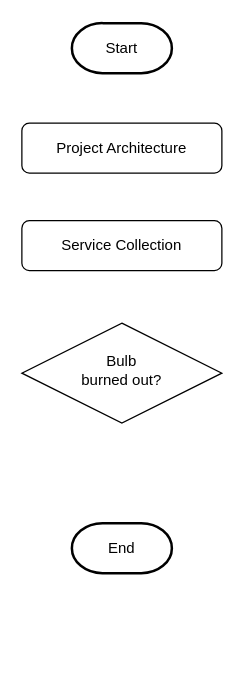
This is AWS-Setup-with-ServiceCatalog.drawio from wangpengming/drawio, a draw.io file, before an edit. Source tidied: cells renumbered, new cells numbered last; positions are measured from the earlier drawing's top-left corner, leaving out a move shared by most shapes. Both pictures are drawn from the tidied source at 125%, with x=0, y=0 at pixel (21, 22).
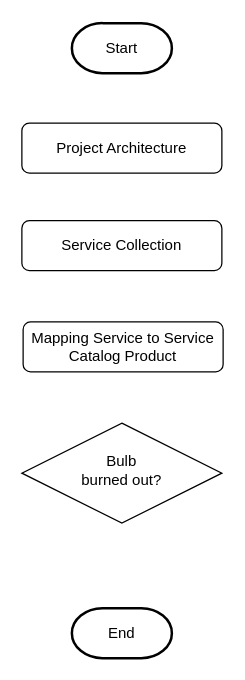
The same page after the edit.

Change to the diagram source:
```diff
@@
 <mxGraphModel>
   <root>
     <mxCell id="0" />
     <mxCell id="1" parent="0" />
     <mxCell id="2" value="Project Architecture" style="rounded=1;whiteSpace=wrap;html=1;fontSize=12;glass=0;strokeWidth=1;shadow=0;" parent="1" vertex="1">
       <mxGeometry y="80" width="160" height="40" as="geometry" />
     </mxCell>
     <mxCell id="3" value="Bulb&lt;br&gt;burned out?" style="rhombus;whiteSpace=wrap;html=1;shadow=0;fontFamily=Helvetica;fontSize=12;align=center;strokeWidth=1;spacing=6;spacingTop=-4;" parent="1" vertex="1">
-      <mxGeometry y="240" width="160" height="80" as="geometry" />
+      <mxGeometry y="320" width="160" height="80" as="geometry" />
     </mxCell>
     <mxCell id="4" value="Start" style="strokeWidth=2;html=1;shape=mxgraph.flowchart.terminator;whiteSpace=wrap;" parent="1" vertex="1">
       <mxGeometry x="40" width="80" height="40" as="geometry" />
     </mxCell>
     <mxCell id="5" value="End" style="strokeWidth=2;html=1;shape=mxgraph.flowchart.terminator;whiteSpace=wrap;" parent="1" vertex="1">
-      <mxGeometry x="40" y="400" width="80" height="40" as="geometry" />
+      <mxGeometry x="40" y="468" width="80" height="40" as="geometry" />
     </mxCell>
     <mxCell id="6" value="Service Collection" style="rounded=1;whiteSpace=wrap;html=1;fontSize=12;glass=0;strokeWidth=1;shadow=0;" parent="1" vertex="1">
       <mxGeometry y="158" width="160" height="40" as="geometry" />
     </mxCell>
+    <mxCell id="7" value="Mapping Service to Service Catalog Product" style="rounded=1;whiteSpace=wrap;html=1;fontSize=12;glass=0;strokeWidth=1;shadow=0;" parent="1" vertex="1">
+      <mxGeometry x="1" y="239" width="160" height="40" as="geometry" />
+    </mxCell>
   </root>
 </mxGraphModel>
```
